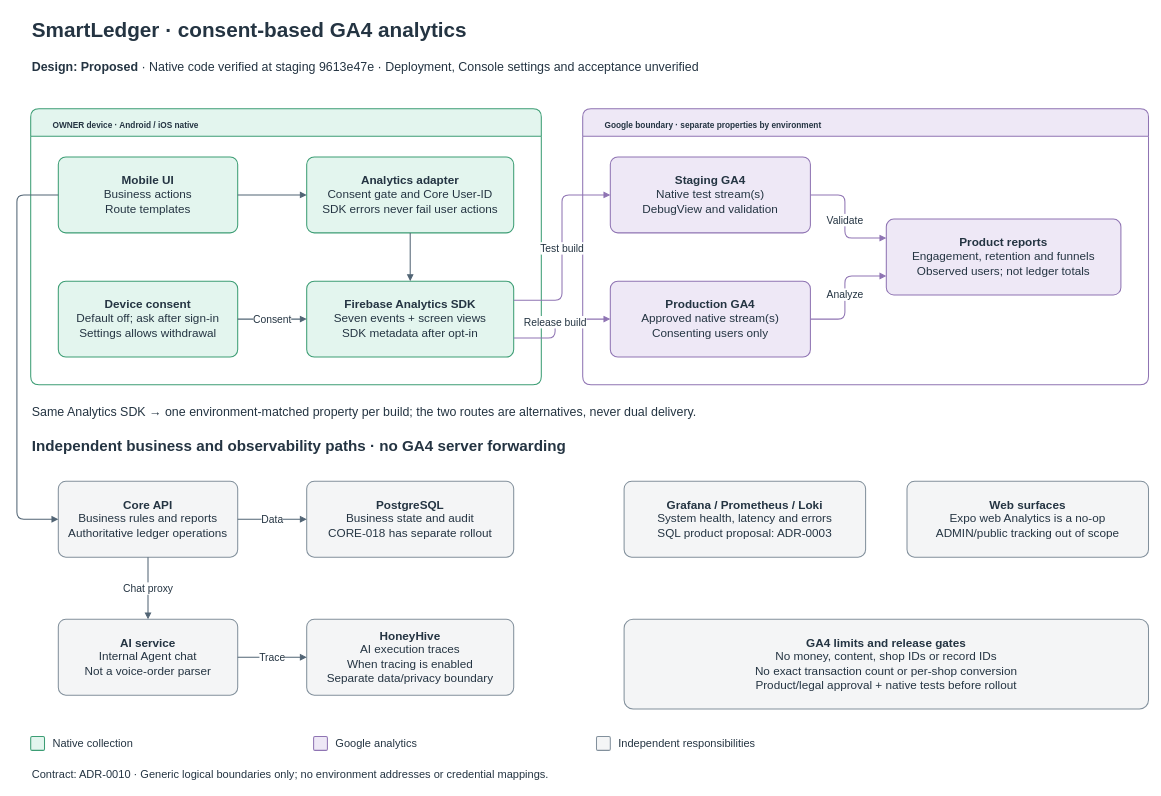
Above: docs/architecture/diagrams/src/system-ga4.drawio in miphu2804/smart-ledger (draw.io), before the change. Source tidied: cells renumbered, new cells numbered last; positions are measured from the earlier drawing's top-left corner, leaving out a move shared by most shapes. Both pictures are drawn from the tidied source at 69%, with x=0, y=0 at pixel (17, 12).
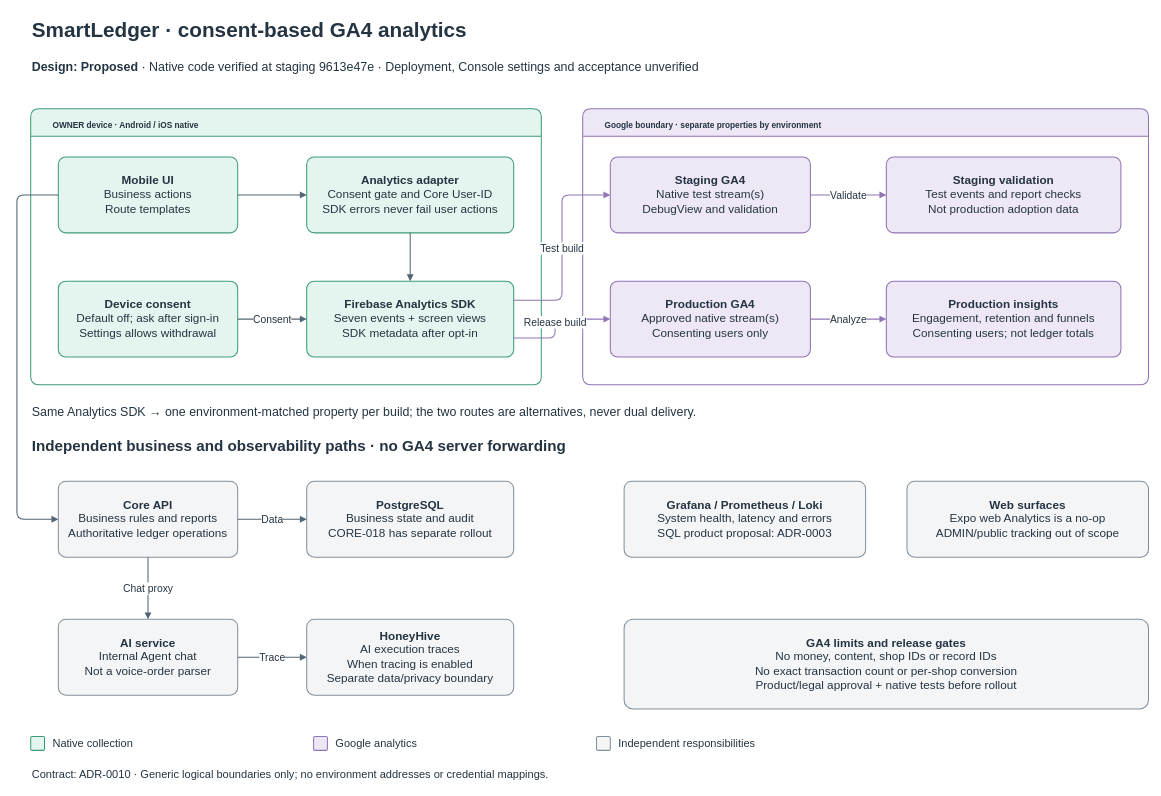
After the change.

Unchanged cells that the change refers to:
```xml
<mxCell id="9" value="&lt;b&gt;Google boundary · separate properties by environment&lt;/b&gt;" style="rounded=1;arcSize=10;html=1;whiteSpace=wrap;align=center;verticalAlign=middle;spacing=12;fillColor=#eee8f6;strokeColor=#8f74b3;strokeWidth=1.5;fontColor=#243442;fontFamily=Arial;fontSize=17;swimlane;startSize=40;verticalAlign=top;align=left;spacingLeft=20;" parent="1" vertex="1">
  <mxGeometry x="820" y="140" width="820" height="400" as="geometry" />
</mxCell>
<mxCell id="10" value="&lt;b&gt;Staging GA4&lt;/b&gt;&lt;br&gt;Native test stream(s)&lt;br&gt;DebugView and validation" style="rounded=1;arcSize=10;html=1;whiteSpace=wrap;align=center;verticalAlign=middle;spacing=12;fillColor=#eee8f6;strokeColor=#8f74b3;strokeWidth=1.5;fontColor=#243442;fontFamily=Arial;fontSize=17;" parent="9" vertex="1">
  <mxGeometry x="40" y="70" width="290" height="110" as="geometry" />
</mxCell>
<mxCell id="11" value="&lt;b&gt;Production GA4&lt;/b&gt;&lt;br&gt;Approved native stream(s)&lt;br&gt;Consenting users only" style="rounded=1;arcSize=10;html=1;whiteSpace=wrap;align=center;verticalAlign=middle;spacing=12;fillColor=#eee8f6;strokeColor=#8f74b3;strokeWidth=1.5;fontColor=#243442;fontFamily=Arial;fontSize=17;" parent="9" vertex="1">
  <mxGeometry x="40" y="250" width="290" height="110" as="geometry" />
</mxCell>
```

What changed in the source:
```diff
@@
-    <mxCell id="12" value="&lt;b&gt;Product reports&lt;/b&gt;&lt;br&gt;Engagement, retention and funnels&lt;br&gt;Observed users; not ledger totals" style="rounded=1;arcSize=10;html=1;whiteSpace=wrap;align=center;verticalAlign=middle;spacing=12;fillColor=#eee8f6;strokeColor=#8f74b3;strokeWidth=1.5;fontColor=#243442;fontFamily=Arial;fontSize=17;" parent="9" vertex="1">
-      <mxGeometry x="440" y="160" width="340" height="110" as="geometry" />
-    </mxCell>
+    <mxCell id="40" value="&lt;b&gt;Staging validation&lt;/b&gt;&lt;br&gt;Test events and report checks&lt;br&gt;Not production adoption data" style="rounded=1;arcSize=10;html=1;whiteSpace=wrap;align=center;verticalAlign=middle;spacing=12;fillColor=#eee8f6;strokeColor=#8f74b3;strokeWidth=1.5;fontColor=#243442;fontFamily=Arial;fontSize=17;" parent="9" vertex="1">
+      <mxGeometry x="440" y="70" width="340" height="110" as="geometry" />
+    </mxCell>
+    <mxCell id="41" value="&lt;b&gt;Production insights&lt;/b&gt;&lt;br&gt;Engagement, retention and funnels&lt;br&gt;Consenting users; not ledger totals" style="rounded=1;arcSize=10;html=1;whiteSpace=wrap;align=center;verticalAlign=middle;spacing=12;fillColor=#eee8f6;strokeColor=#8f74b3;strokeWidth=1.5;fontColor=#243442;fontFamily=Arial;fontSize=17;" parent="9" vertex="1">
+      <mxGeometry x="440" y="250" width="340" height="110" as="geometry" />
+    </mxCell>
@@
-    <mxCell id="27" value="Validate" style="edgeStyle=orthogonalEdgeStyle;rounded=1;jettySize=auto;html=1;endArrow=block;endFill=1;strokeWidth=1.5;strokeColor=#8f74b3;fontColor=#243442;fontSize=15;fontFamily=Arial;labelBackgroundColor=#ffffff;exitX=1;exitY=0.5;entryX=0;entryY=0.25;" parent="1" edge="1" source="10" target="12">
-      <mxGeometry relative="1" as="geometry">
-        <Array as="points">
-          <mxPoint x="1200" y="265" />
-          <mxPoint x="1200" y="327.5" />
-        </Array>
-      </mxGeometry>
+    <mxCell id="27" value="Validate" style="edgeStyle=orthogonalEdgeStyle;rounded=1;jettySize=auto;html=1;endArrow=block;endFill=1;strokeWidth=1.5;strokeColor=#8f74b3;fontColor=#243442;fontSize=15;fontFamily=Arial;labelBackgroundColor=#ffffff;exitX=1;exitY=0.5;entryX=0;entryY=0.5;" parent="1" edge="1" source="10" target="40">
+      <mxGeometry relative="1" as="geometry" />
     </mxCell>
-    <mxCell id="28" value="Analyze" style="edgeStyle=orthogonalEdgeStyle;rounded=1;jettySize=auto;html=1;endArrow=block;endFill=1;strokeWidth=1.5;strokeColor=#8f74b3;fontColor=#243442;fontSize=15;fontFamily=Arial;labelBackgroundColor=#ffffff;exitX=1;exitY=0.5;entryX=0;entryY=0.75;" parent="1" edge="1" source="11" target="12">
-      <mxGeometry relative="1" as="geometry">
-        <Array as="points">
-          <mxPoint x="1200" y="445" />
-          <mxPoint x="1200" y="382.5" />
-        </Array>
-      </mxGeometry>
+    <mxCell id="28" value="Analyze" style="edgeStyle=orthogonalEdgeStyle;rounded=1;jettySize=auto;html=1;endArrow=block;endFill=1;strokeWidth=1.5;strokeColor=#8f74b3;fontColor=#243442;fontSize=15;fontFamily=Arial;labelBackgroundColor=#ffffff;exitX=1;exitY=0.5;entryX=0;entryY=0.5;" parent="1" edge="1" source="11" target="41">
+      <mxGeometry relative="1" as="geometry" />
     </mxCell>
```
